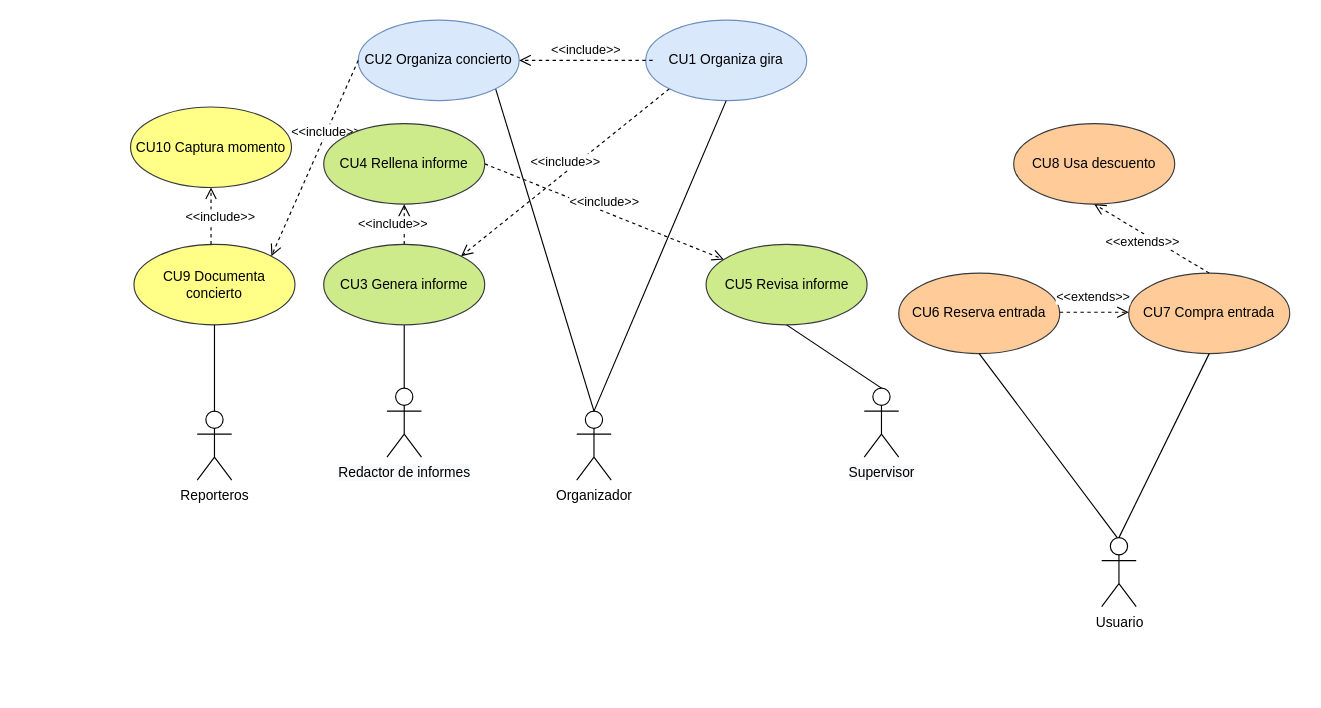
Before: Casos de uso.drawio in Lusaka12/AgenciaConciertos, a draw.io diagram. Source tidied: cells renumbered, new cells numbered last; positions are measured from the earlier drawing's top-left corner, leaving out a move shared by most shapes. Both pictures are drawn from the tidied source at 115%, with x=0, y=0 at pixel (130, 20).
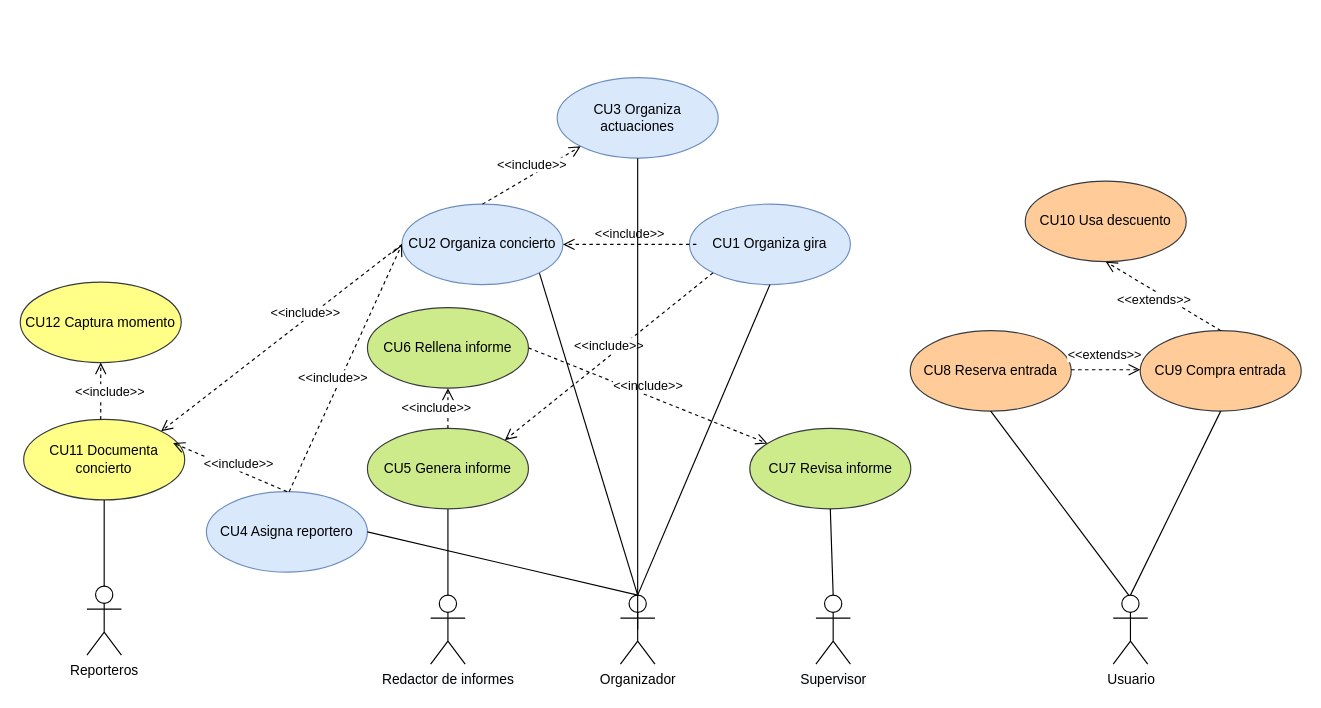
Above is the later version.

Diff of the diagram source:
```diff
@@
     <mxCell id="2" value="Organizador" style="shape=umlActor;verticalLabelPosition=bottom;labelBackgroundColor=#ffffff;verticalAlign=top;html=1;" parent="1" vertex="1">
-      <mxGeometry x="388" y="340" width="30" height="60" as="geometry" />
+      <mxGeometry x="426" y="500" width="30" height="60" as="geometry" />
     </mxCell>
     <mxCell id="3" value="CU1 Organiza gira" style="ellipse;whiteSpace=wrap;html=1;fillColor=#dae8fc;strokeColor=#6c8ebf;" parent="1" vertex="1">
-      <mxGeometry x="448" width="140" height="70" as="geometry" />
+      <mxGeometry x="486" y="160" width="140" height="70" as="geometry" />
     </mxCell>
@@
     <mxCell id="5" value="&lt;span style=&quot;background-color: rgb(248 , 249 , 250)&quot;&gt;Redactor de informes&lt;br&gt;&lt;/span&gt;" style="shape=umlActor;verticalLabelPosition=bottom;labelBackgroundColor=#ffffff;verticalAlign=top;html=1;" parent="1" vertex="1">
-      <mxGeometry x="223" y="320" width="30" height="60" as="geometry" />
+      <mxGeometry x="261" y="500" width="30" height="60" as="geometry" />
     </mxCell>
@@
     <mxCell id="7" value="&lt;span style=&quot;background-color: rgb(248 , 249 , 250)&quot;&gt;Supervisor&lt;/span&gt;" style="shape=umlActor;verticalLabelPosition=bottom;labelBackgroundColor=#ffffff;verticalAlign=top;html=1;" parent="1" vertex="1">
-      <mxGeometry x="638" y="320" width="30" height="60" as="geometry" />
+      <mxGeometry x="596" y="500" width="30" height="60" as="geometry" />
     </mxCell>
     <mxCell id="8" value="CU2 Organiza concierto" style="ellipse;whiteSpace=wrap;html=1;fillColor=#dae8fc;strokeColor=#6c8ebf;" parent="1" vertex="1">
-      <mxGeometry x="198" width="140" height="70" as="geometry" />
+      <mxGeometry x="236" y="160" width="140" height="70" as="geometry" />
     </mxCell>
-    <mxCell id="9" value="CU3 Genera informe" style="ellipse;whiteSpace=wrap;html=1;fillColor=#cdeb8b;strokeColor=#36393d;" parent="1" vertex="1">
-      <mxGeometry x="168" y="195" width="140" height="70" as="geometry" />
+    <mxCell id="9" value="CU5 Genera informe" style="ellipse;whiteSpace=wrap;html=1;fillColor=#cdeb8b;strokeColor=#36393d;" parent="1" vertex="1">
+      <mxGeometry x="206" y="355" width="140" height="70" as="geometry" />
     </mxCell>
-    <mxCell id="10" value="CU5 Revisa informe" style="ellipse;whiteSpace=wrap;html=1;fillColor=#cdeb8b;strokeColor=#36393d;" parent="1" vertex="1">
-      <mxGeometry x="500.5" y="195" width="140" height="70" as="geometry" />
+    <mxCell id="10" value="CU7 Revisa informe" style="ellipse;whiteSpace=wrap;html=1;fillColor=#cdeb8b;strokeColor=#36393d;" parent="1" vertex="1">
+      <mxGeometry x="538.5" y="355" width="140" height="70" as="geometry" />
     </mxCell>
     <mxCell id="11" value="Usuario" style="shape=umlActor;verticalLabelPosition=bottom;labelBackgroundColor=#ffffff;verticalAlign=top;html=1;" parent="1" vertex="1">
-      <mxGeometry x="844.5" y="450" width="30" height="60" as="geometry" />
+      <mxGeometry x="854.5" y="500" width="30" height="60" as="geometry" />
     </mxCell>
-    <mxCell id="12" value="CU7 Compra entrada" style="ellipse;whiteSpace=wrap;html=1;fillColor=#ffcc99;strokeColor=#36393d;" parent="1" vertex="1">
-      <mxGeometry x="868" y="220" width="140" height="70" as="geometry" />
+    <mxCell id="12" value="CU9 Compra entrada" style="ellipse;whiteSpace=wrap;html=1;fillColor=#ffcc99;strokeColor=#36393d;" parent="1" vertex="1">
+      <mxGeometry x="878" y="270" width="140" height="70" as="geometry" />
     </mxCell>
     <mxCell id="13" value="Reporteros" style="shape=umlActor;verticalLabelPosition=bottom;labelBackgroundColor=#ffffff;verticalAlign=top;html=1;" parent="1" vertex="1">
-      <mxGeometry x="58" y="340" width="30" height="60" as="geometry" />
+      <mxGeometry x="-37.9" y="492.2" width="30" height="60" as="geometry" />
     </mxCell>
-    <mxCell id="14" value="CU9 Documenta concierto" style="ellipse;whiteSpace=wrap;html=1;fillColor=#ffff88;strokeColor=#36393d;" parent="1" vertex="1">
-      <mxGeometry x="3" y="195" width="140" height="70" as="geometry" />
+    <mxCell id="14" value="CU11 Documenta concierto" style="ellipse;whiteSpace=wrap;html=1;fillColor=#ffff88;strokeColor=#36393d;" parent="1" vertex="1">
+      <mxGeometry x="-92.9" y="347.2" width="140" height="70" as="geometry" />
     </mxCell>
@@
-    <mxCell id="18" value="CU10 Captura momento" style="ellipse;whiteSpace=wrap;html=1;fillColor=#ffff88;strokeColor=#36393d;" parent="1" vertex="1">
-      <mxGeometry y="75.5" width="140" height="70" as="geometry" />
+    <mxCell id="18" value="CU12 Captura momento" style="ellipse;whiteSpace=wrap;html=1;fillColor=#ffff88;strokeColor=#36393d;" parent="1" vertex="1">
+      <mxGeometry x="-95.9" y="227.8" width="140" height="70" as="geometry" />
     </mxCell>
     <mxCell id="19" value="&amp;lt;&amp;lt;include&amp;gt;&amp;gt;" style="html=1;verticalAlign=bottom;endArrow=open;dashed=1;endSize=8;entryX=0.5;entryY=1;entryDx=0;entryDy=0;" parent="1" edge="1" target="18">
       <mxGeometry x="-0.39" y="-8" relative="1" as="geometry">
-        <mxPoint x="70" y="195" as="sourcePoint" />
+        <mxPoint x="-25.9" y="347.2" as="sourcePoint" />
       </mxGeometry>
     </mxCell>
@@
-    <mxCell id="24" value="CU6 Reserva entrada" style="ellipse;whiteSpace=wrap;html=1;fillColor=#ffcc99;strokeColor=#36393d;" parent="1" vertex="1">
-      <mxGeometry x="668" y="220" width="140" height="70" as="geometry" />
+    <mxCell id="24" value="CU8 Reserva entrada" style="ellipse;whiteSpace=wrap;html=1;fillColor=#ffcc99;strokeColor=#36393d;" parent="1" vertex="1">
+      <mxGeometry x="678" y="270" width="140" height="70" as="geometry" />
     </mxCell>
     <mxCell id="25" style="html=1;verticalAlign=bottom;endArrow=none;entryX=0.5;entryY=1;entryDx=0;entryDy=0;strokeColor=#000000;endFill=0;" parent="1" edge="1" target="24">
       <mxGeometry relative="1" as="geometry">
-        <mxPoint x="858" y="450" as="sourcePoint" />
+        <mxPoint x="868" y="500" as="sourcePoint" />
       </mxGeometry>
     </mxCell>
@@
     <mxCell id="27" value="&amp;lt;&amp;lt;extends&amp;gt;&amp;gt;" style="html=1;verticalAlign=bottom;endArrow=open;dashed=1;endSize=8;" parent="1" edge="1">
       <mxGeometry y="4" relative="1" as="geometry">
-        <mxPoint x="808" y="254" as="sourcePoint" />
-        <mxPoint x="868" y="254" as="targetPoint" />
+        <mxPoint x="818" y="304" as="sourcePoint" />
+        <mxPoint x="878" y="304" as="targetPoint" />
         <mxPoint x="-1" as="offset" />
       </mxGeometry>
     </mxCell>
-    <mxCell id="28" value="CU8 Usa descuento" style="ellipse;whiteSpace=wrap;html=1;fillColor=#ffcc99;strokeColor=#36393d;" parent="1" vertex="1">
-      <mxGeometry x="768" y="90" width="140" height="70" as="geometry" />
+    <mxCell id="28" value="CU10 Usa descuento" style="ellipse;whiteSpace=wrap;html=1;fillColor=#ffcc99;strokeColor=#36393d;" parent="1" vertex="1">
+      <mxGeometry x="778" y="140" width="140" height="70" as="geometry" />
     </mxCell>
@@
-    <mxCell id="30" value="CU4 Rellena informe" style="ellipse;whiteSpace=wrap;html=1;fillColor=#cdeb8b;strokeColor=#36393d;" parent="1" vertex="1">
-      <mxGeometry x="168" y="90" width="140" height="70" as="geometry" />
+    <mxCell id="30" value="CU6 Rellena informe" style="ellipse;whiteSpace=wrap;html=1;fillColor=#cdeb8b;strokeColor=#36393d;" parent="1" vertex="1">
+      <mxGeometry x="206" y="250" width="140" height="70" as="geometry" />
     </mxCell>
@@
+    <mxCell id="32" value="CU3 Organiza actuaciones" style="ellipse;whiteSpace=wrap;html=1;fillColor=#dae8fc;strokeColor=#6c8ebf;" parent="1" vertex="1">
+      <mxGeometry x="371" y="50" width="140" height="70" as="geometry" />
+    </mxCell>
+    <mxCell id="33" value="&amp;lt;&amp;lt;include&amp;gt;&amp;gt;" style="html=1;verticalAlign=bottom;endArrow=open;dashed=1;endSize=8;exitX=0.5;exitY=0;exitDx=0;exitDy=0;entryX=0;entryY=1;entryDx=0;entryDy=0;" parent="1" edge="1" source="8" target="32">
+      <mxGeometry relative="1" as="geometry" />
+    </mxCell>
+    <mxCell id="34" style="endArrow=none;html=1;entryX=0.5;entryY=1;entryDx=0;entryDy=0;exitX=0.5;exitY=0.5;exitDx=0;exitDy=0;exitPerimeter=0;" parent="1" edge="1" source="2" target="32">
+      <mxGeometry relative="1" as="geometry" />
+    </mxCell>
+    <mxCell id="35" value="CU4 Asigna reportero" style="ellipse;whiteSpace=wrap;html=1;fillColor=#dae8fc;strokeColor=#6c8ebf;" parent="1" vertex="1">
+      <mxGeometry x="66" y="410" width="140" height="70" as="geometry" />
+    </mxCell>
+    <mxCell id="36" style="endArrow=none;html=1;entryX=1;entryY=0.5;entryDx=0;entryDy=0;" parent="1" edge="1" target="35">
+      <mxGeometry relative="1" as="geometry">
+        <mxPoint x="441" y="500" as="sourcePoint" />
+      </mxGeometry>
+    </mxCell>
+    <mxCell id="37" value="&amp;lt;&amp;lt;include&amp;gt;&amp;gt;" style="html=1;verticalAlign=bottom;endArrow=open;dashed=1;endSize=8;entryX=1;entryY=0;entryDx=0;entryDy=0;" parent="1" edge="1">
+      <mxGeometry x="-0.18" y="3" relative="1" as="geometry">
+        <mxPoint x="136" y="410" as="sourcePoint" />
+        <mxPoint x="37" y="367.7" as="targetPoint" />
+      </mxGeometry>
+    </mxCell>
+    <mxCell id="38" value="&amp;lt;&amp;lt;include&amp;gt;&amp;gt;" style="html=1;verticalAlign=bottom;endArrow=open;dashed=1;endSize=8;entryX=0;entryY=0.5;entryDx=0;entryDy=0;" parent="1" edge="1" target="8">
+      <mxGeometry x="-0.18" y="3" relative="1" as="geometry">
+        <mxPoint x="138" y="410" as="sourcePoint" />
+      </mxGeometry>
+    </mxCell>
```
